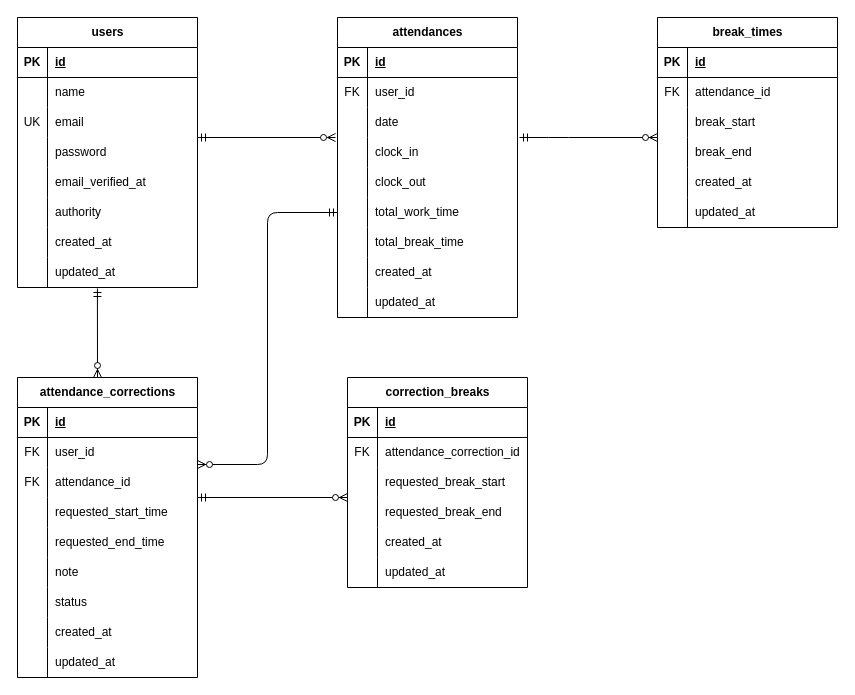
Before: src/er.drawio in kvujic/attendance-app, a draw.io diagram. Source tidied: cells renumbered, new cells numbered last; positions are measured from the earlier drawing's top-left corner, leaving out a move shared by most shapes. Both pictures are drawn from the tidied source at 100%, with x=0, y=0 at pixel (17, 17).
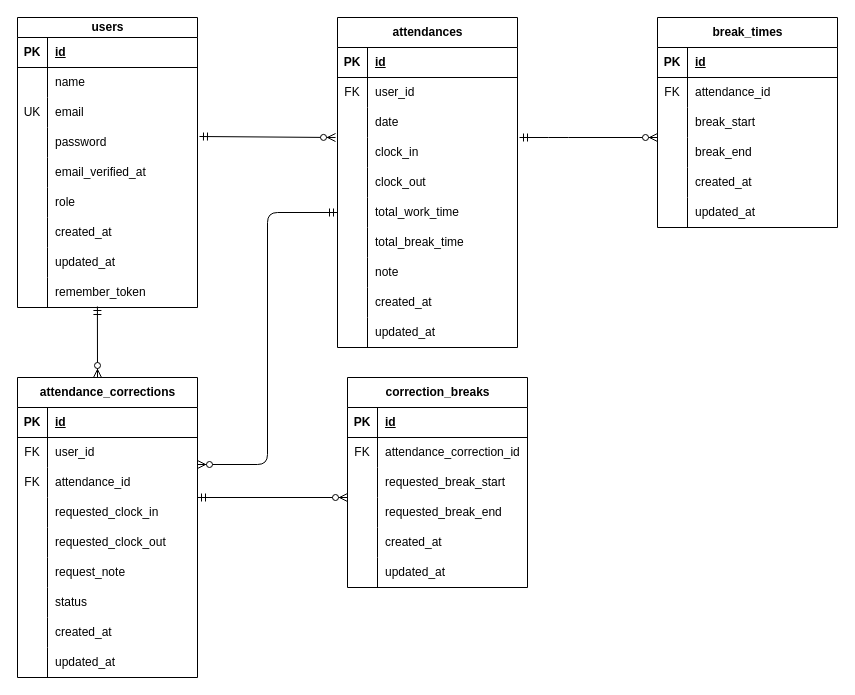
The same diagram, later.

Unchanged cells that the change refers to:
```xml
<mxCell id="12" style="shape=tableRow;horizontal=0;startSize=0;swimlaneHead=0;swimlaneBody=0;fillColor=none;points=[[0,0.5],[1,0.5]];portConstraint=eastwest;top=0;left=0;right=0;bottom=0;" parent="2" vertex="1">
  <mxGeometry y="120" width="180" height="30" as="geometry" />
</mxCell>
<mxCell id="24" style="shape=tableRow;horizontal=0;startSize=0;swimlaneHead=0;swimlaneBody=0;fillColor=none;top=0;left=0;right=0;bottom=0;" parent="2" vertex="1">
  <mxGeometry y="240" width="180" height="30" as="geometry" />
</mxCell>
<mxCell id="27" style="shape=tableRow;horizontal=0;startSize=0;swimlaneHead=0;swimlaneBody=0;fillColor=none;top=0;left=0;right=0;bottom=0;" parent="2" vertex="1">
  <mxGeometry y="270" width="180" height="30" as="geometry" />
</mxCell>
<mxCell id="65" style="shape=tableRow;horizontal=0;startSize=0;swimlaneHead=0;swimlaneBody=0;fillColor=none;top=0;left=0;right=0;bottom=0;" parent="55" vertex="1">
  <mxGeometry y="120" width="180" height="30" as="geometry" />
</mxCell>
<mxCell id="68" style="shape=tableRow;horizontal=0;startSize=0;swimlaneHead=0;swimlaneBody=0;fillColor=none;top=0;left=0;right=0;bottom=0;" parent="55" vertex="1">
  <mxGeometry y="150" width="180" height="30" as="geometry" />
</mxCell>
<mxCell id="71" style="shape=tableRow;horizontal=0;startSize=0;swimlaneHead=0;swimlaneBody=0;fillColor=none;top=0;left=0;right=0;bottom=0;" parent="55" vertex="1">
  <mxGeometry y="180" width="180" height="30" as="geometry" />
</mxCell>
```

The edit, as a diff of the source:
```diff
@@
-<mxGraphModel>
+<mxGraphModel background="#FFFFFF">
@@
     <mxCell id="2" value="attendances" style="shape=table;startSize=30;childLayout=tableLayout;rowLines=0;fontStyle=1;align=center;html=1;" parent="1" vertex="1">
-      <mxGeometry x="320" width="180" height="300" as="geometry" />
+      <mxGeometry x="320" width="180" height="330" as="geometry" />
     </mxCell>
@@
-    <mxCell id="26" value="created_at" style="shape=partialRectangle;fillColor=none;top=0;left=0;bottom=0;right=0;align=left;spacingLeft=6;overflow=hidden;whiteSpace=wrap;html=1;" parent="24" vertex="1">
+    <mxCell id="26" value="note" style="shape=partialRectangle;fillColor=none;top=0;left=0;bottom=0;right=0;align=left;spacingLeft=6;overflow=hidden;whiteSpace=wrap;html=1;" parent="24" vertex="1">
       <mxGeometry x="30" width="150" height="30" as="geometry" />
     </mxCell>
@@
-    <mxCell id="29" value="updated_at" style="shape=partialRectangle;fillColor=none;top=0;left=0;bottom=0;right=0;align=left;spacingLeft=6;overflow=hidden;whiteSpace=wrap;html=1;" parent="27" vertex="1">
+    <mxCell id="29" value="created_at" style="shape=partialRectangle;fillColor=none;top=0;left=0;bottom=0;right=0;align=left;spacingLeft=6;overflow=hidden;whiteSpace=wrap;html=1;" parent="27" vertex="1">
       <mxGeometry x="30" width="150" height="30" as="geometry" />
     </mxCell>
+    <mxCell id="126" style="shape=tableRow;horizontal=0;startSize=0;swimlaneHead=0;swimlaneBody=0;fillColor=none;top=0;left=0;right=0;bottom=0;" parent="2" vertex="1">
+      <mxGeometry y="300" width="180" height="30" as="geometry" />
+    </mxCell>
+    <mxCell id="127" style="shape=partialRectangle;fillColor=none;top=0;left=0;bottom=0;right=0;overflow=hidden;whiteSpace=wrap;html=1;" parent="126" vertex="1">
+      <mxGeometry width="30" height="30" as="geometry" />
+    </mxCell>
+    <mxCell id="128" value="updated_at" style="shape=partialRectangle;fillColor=none;top=0;left=0;bottom=0;right=0;align=left;spacingLeft=6;overflow=hidden;whiteSpace=wrap;html=1;" parent="126" vertex="1">
+      <mxGeometry x="30" width="150" height="30" as="geometry" />
+    </mxCell>
-    <mxCell id="30" value="users" style="shape=table;startSize=30;childLayout=tableLayout;rowLines=0;fontStyle=1;align=center;html=1;" parent="1" vertex="1">
-      <mxGeometry width="180" height="270" as="geometry" />
+    <mxCell id="30" value="users" style="shape=table;startSize=20;childLayout=tableLayout;rowLines=0;fontStyle=1;align=center;html=1;" parent="1" vertex="1">
+      <mxGeometry width="180" height="290" as="geometry" />
     </mxCell>
     <mxCell id="31" style="shape=tableRow;horizontal=0;startSize=0;swimlaneHead=0;swimlaneBody=0;fillColor=none;top=0;left=0;right=0;bottom=1;" parent="30" vertex="1">
-      <mxGeometry y="30" width="180" height="30" as="geometry" />
+      <mxGeometry y="20" width="180" height="30" as="geometry" />
     </mxCell>
@@
     <mxCell id="34" style="shape=tableRow;horizontal=0;startSize=0;swimlaneHead=0;swimlaneBody=0;fillColor=none;top=0;left=0;right=0;bottom=0;" parent="30" vertex="1">
-      <mxGeometry y="60" width="180" height="30" as="geometry" />
+      <mxGeometry y="50" width="180" height="30" as="geometry" />
     </mxCell>
@@
     <mxCell id="37" style="shape=tableRow;horizontal=0;startSize=0;swimlaneHead=0;swimlaneBody=0;fillColor=none;top=0;left=0;right=0;bottom=0;" parent="30" vertex="1">
-      <mxGeometry y="90" width="180" height="30" as="geometry" />
+      <mxGeometry y="80" width="180" height="30" as="geometry" />
     </mxCell>
@@
     <mxCell id="40" style="shape=tableRow;horizontal=0;startSize=0;swimlaneHead=0;swimlaneBody=0;fillColor=none;points=[[0,0.5],[1,0.5]];portConstraint=eastwest;top=0;left=0;right=0;bottom=0;" parent="30" vertex="1">
-      <mxGeometry y="120" width="180" height="30" as="geometry" />
+      <mxGeometry y="110" width="180" height="30" as="geometry" />
     </mxCell>
@@
     <mxCell id="43" style="shape=tableRow;horizontal=0;startSize=0;swimlaneHead=0;swimlaneBody=0;fillColor=none;top=0;left=0;right=0;bottom=0;" parent="30" vertex="1">
-      <mxGeometry y="150" width="180" height="30" as="geometry" />
+      <mxGeometry y="140" width="180" height="30" as="geometry" />
     </mxCell>
@@
     <mxCell id="46" style="shape=tableRow;horizontal=0;startSize=0;swimlaneHead=0;swimlaneBody=0;fillColor=none;top=0;left=0;right=0;bottom=0;" parent="30" vertex="1">
-      <mxGeometry y="180" width="180" height="30" as="geometry" />
+      <mxGeometry y="170" width="180" height="30" as="geometry" />
     </mxCell>
@@
-    <mxCell id="48" value="authority" style="shape=partialRectangle;fillColor=none;top=0;left=0;bottom=0;right=0;align=left;spacingLeft=6;overflow=hidden;whiteSpace=wrap;html=1;" parent="46" vertex="1">
+    <mxCell id="48" value="role" style="shape=partialRectangle;fillColor=none;top=0;left=0;bottom=0;right=0;align=left;spacingLeft=6;overflow=hidden;whiteSpace=wrap;html=1;" parent="46" vertex="1">
       <mxGeometry x="30" width="150" height="30" as="geometry" />
     </mxCell>
     <mxCell id="49" style="shape=tableRow;horizontal=0;startSize=0;swimlaneHead=0;swimlaneBody=0;fillColor=none;top=0;left=0;right=0;bottom=0;" parent="30" vertex="1">
-      <mxGeometry y="210" width="180" height="30" as="geometry" />
+      <mxGeometry y="200" width="180" height="30" as="geometry" />
     </mxCell>
@@
     <mxCell id="52" style="shape=tableRow;horizontal=0;startSize=0;swimlaneHead=0;swimlaneBody=0;fillColor=none;points=[[0,0.5],[1,0.5]];portConstraint=eastwest;top=0;left=0;right=0;bottom=0;" parent="30" vertex="1">
-      <mxGeometry y="240" width="180" height="30" as="geometry" />
+      <mxGeometry y="230" width="180" height="30" as="geometry" />
     </mxCell>
@@
+    <mxCell id="129" style="shape=tableRow;horizontal=0;startSize=0;swimlaneHead=0;swimlaneBody=0;fillColor=none;points=[[0,0.5],[1,0.5]];portConstraint=eastwest;top=0;left=0;right=0;bottom=0;" parent="30" vertex="1">
+      <mxGeometry y="260" width="180" height="30" as="geometry" />
+    </mxCell>
+    <mxCell id="130" style="shape=partialRectangle;fillColor=none;top=0;left=0;bottom=0;right=0;overflow=hidden;whiteSpace=wrap;html=1;" parent="129" vertex="1">
+      <mxGeometry width="30" height="30" as="geometry" />
+    </mxCell>
+    <mxCell id="131" value="remember_token" style="shape=partialRectangle;fillColor=none;top=0;left=0;bottom=0;right=0;align=left;spacingLeft=6;overflow=hidden;whiteSpace=wrap;html=1;" parent="129" vertex="1">
+      <mxGeometry x="30" width="150" height="30" as="geometry" />
+    </mxCell>
@@
-    <mxCell id="67" value="requested_start_time" style="shape=partialRectangle;fillColor=none;top=0;left=0;bottom=0;right=0;align=left;spacingLeft=6;overflow=hidden;whiteSpace=wrap;html=1;" parent="65" vertex="1">
+    <mxCell id="67" value="requested_clock_in" style="shape=partialRectangle;fillColor=none;top=0;left=0;bottom=0;right=0;align=left;spacingLeft=6;overflow=hidden;whiteSpace=wrap;html=1;" parent="65" vertex="1">
       <mxGeometry x="30" width="150" height="30" as="geometry" />
     </mxCell>
@@
-    <mxCell id="70" value="requested_end_time" style="shape=partialRectangle;fillColor=none;top=0;left=0;bottom=0;right=0;align=left;spacingLeft=6;overflow=hidden;whiteSpace=wrap;html=1;" parent="68" vertex="1">
+    <mxCell id="70" value="requested_clock_out" style="shape=partialRectangle;fillColor=none;top=0;left=0;bottom=0;right=0;align=left;spacingLeft=6;overflow=hidden;whiteSpace=wrap;html=1;" parent="68" vertex="1">
       <mxGeometry x="30" width="150" height="30" as="geometry" />
     </mxCell>
@@
-    <mxCell id="73" value="note" style="shape=partialRectangle;fillColor=none;top=0;left=0;bottom=0;right=0;align=left;spacingLeft=6;overflow=hidden;whiteSpace=wrap;html=1;" parent="71" vertex="1">
+    <mxCell id="73" value="request_note" style="shape=partialRectangle;fillColor=none;top=0;left=0;bottom=0;right=0;align=left;spacingLeft=6;overflow=hidden;whiteSpace=wrap;html=1;" parent="71" vertex="1">
       <mxGeometry x="30" width="150" height="30" as="geometry" />
     </mxCell>
@@
-    <mxCell id="122" style="fontSize=12;html=1;endArrow=ERzeroToMany;startArrow=ERmandOne;entryX=-0.011;entryY=0;entryDx=0;entryDy=0;entryPerimeter=0;exitX=1;exitY=0;exitDx=0;exitDy=0;exitPerimeter=0;" parent="1" edge="1" source="40" target="12">
+    <mxCell id="122" style="fontSize=12;html=1;endArrow=ERzeroToMany;startArrow=ERmandOne;entryX=-0.011;entryY=0;entryDx=0;entryDy=0;entryPerimeter=0;exitX=1.011;exitY=0.3;exitDx=0;exitDy=0;exitPerimeter=0;" parent="1" edge="1" source="40" target="12">
       <mxGeometry relative="1" as="geometry" />
     </mxCell>
-    <mxCell id="123" style="fontSize=12;html=1;endArrow=ERzeroToMany;startArrow=ERmandOne;exitX=0.444;exitY=1.033;exitDx=0;exitDy=0;exitPerimeter=0;" parent="1" edge="1" source="52">
+    <mxCell id="123" style="fontSize=12;html=1;endArrow=ERzeroToMany;startArrow=ERmandOne;exitX=0.444;exitY=0.967;exitDx=0;exitDy=0;exitPerimeter=0;" parent="1" edge="1" source="129">
       <mxGeometry relative="1" as="geometry">
         <mxPoint x="80" y="360" as="targetPoint" />
       </mxGeometry>
     </mxCell>
```
